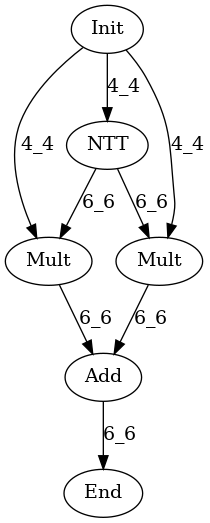
The Graphviz diagram data/graph_poly.dot.png in hal-lab-u-tokyo/PolyFHE, before a commit. Its source is kept beside it as data/graph_poly.dot.
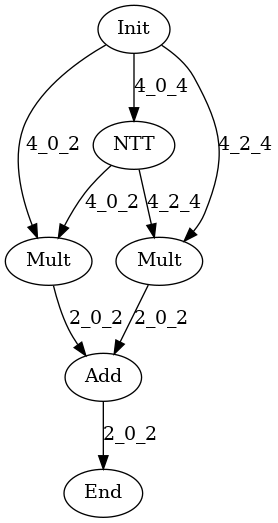
The same diagram one commit later.

Diff of the diagram source:
```diff
@@ -5,12 +5,12 @@
 Mult0[label="Mult"];
 Mult1[label="Mult"];
 Add[label="Add"];
-Init -> NTT[label="0_4"];
-Init -> Mult0[label="0_4"];
-Init -> Mult1[label="0_4"];
-NTT -> Mult0[label="0_6"];
-NTT -> Mult1[label="0_6"];
-Mult0 -> Add[label="0_6"];
-Mult1 -> Add[label="0_6"];
-Add -> End[label="0_6"];
+Init -> NTT[label="4_0_4"];
+Init -> Mult0[label="4_0_2"];
+Init -> Mult1[label="4_2_4"];
+NTT -> Mult0[label="4_0_2"];
+NTT -> Mult1[label="4_2_4"];
+Mult0 -> Add[label="2_0_2"];
+Mult1 -> Add[label="2_0_2"];
+Add -> End[label="2_0_2"];
 }
```
